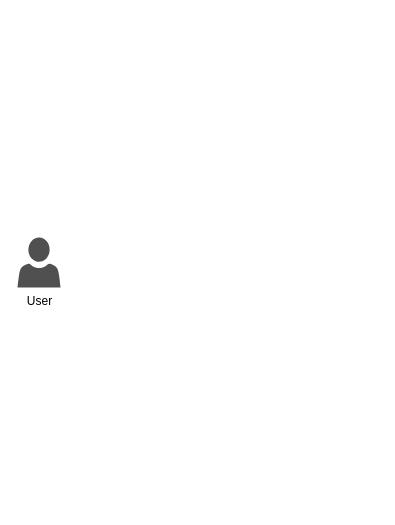
This is page "SocialService" (2 of 7) of Untitled Diagram.drawio from AlanEdward19/ShapeUp, a draw.io file, before an edit. Source tidied: cells renumbered, new cells numbered last; positions are measured from the earlier drawing's top-left corner, leaving out a move shared by most shapes. Both pictures are drawn from the tidied source at 100%, with x=0, y=0 at pixel (17, 237).
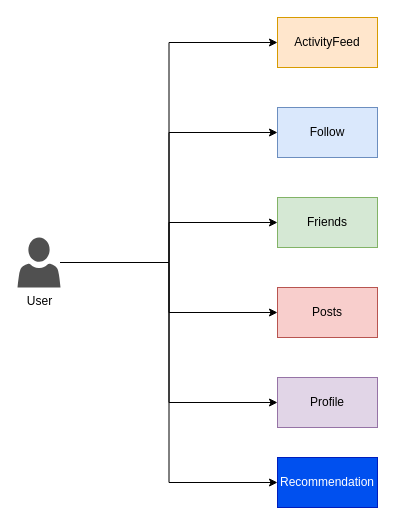
The same page after the edit.

The edit, as a diff of the source:
```diff
@@
 <mxGraphModel>
   <root>
     <mxCell id="0" />
     <mxCell id="1" parent="0" />
+    <mxCell id="3" style="edgeStyle=orthogonalEdgeStyle;rounded=0;jettySize=auto;html=1;entryX=0;entryY=0.5;entryDx=0;entryDy=0;" parent="1" edge="1" source="2" target="11">
+      <mxGeometry relative="1" as="geometry" />
+    </mxCell>
+    <mxCell id="4" style="edgeStyle=orthogonalEdgeStyle;rounded=0;jettySize=auto;html=1;entryX=0;entryY=0.5;entryDx=0;entryDy=0;" parent="1" edge="1" source="2" target="12">
+      <mxGeometry relative="1" as="geometry" />
+    </mxCell>
+    <mxCell id="5" style="edgeStyle=orthogonalEdgeStyle;rounded=0;jettySize=auto;html=1;entryX=0;entryY=0.5;entryDx=0;entryDy=0;" parent="1" edge="1" source="2" target="13">
+      <mxGeometry relative="1" as="geometry" />
+    </mxCell>
+    <mxCell id="6" style="edgeStyle=orthogonalEdgeStyle;rounded=0;jettySize=auto;html=1;entryX=0;entryY=0.5;entryDx=0;entryDy=0;" parent="1" edge="1" source="2" target="14">
+      <mxGeometry relative="1" as="geometry" />
+    </mxCell>
+    <mxCell id="7" style="edgeStyle=orthogonalEdgeStyle;rounded=0;jettySize=auto;html=1;entryX=0;entryY=0.5;entryDx=0;entryDy=0;" parent="1" edge="1" source="2" target="10">
+      <mxGeometry relative="1" as="geometry" />
+    </mxCell>
+    <mxCell id="8" style="edgeStyle=orthogonalEdgeStyle;rounded=0;jettySize=auto;html=1;entryX=0;entryY=0.5;entryDx=0;entryDy=0;" parent="1" edge="1" source="2" target="15">
+      <mxGeometry relative="1" as="geometry" />
+    </mxCell>
     <mxCell id="2" value="User" style="sketch=0;shadow=0;dashed=0;html=1;strokeColor=none;labelPosition=center;verticalLabelPosition=bottom;verticalAlign=top;align=center;fillColor=#505050;shape=mxgraph.mscae.intune.account_portal;" parent="1" vertex="1">
       <mxGeometry width="43" height="50" as="geometry" />
     </mxCell>
+    <mxCell id="9" style="group;" parent="1" vertex="1">
+      <mxGeometry x="260" y="-220" width="100" height="490" as="geometry" />
+    </mxCell>
+    <mxCell id="10" value="Profile" style="whiteSpace=wrap;html=1;fillColor=#e1d5e7;strokeColor=#9673a6;" parent="9" vertex="1">
+      <mxGeometry y="360" width="100" height="50" as="geometry" />
+    </mxCell>
+    <mxCell id="11" value="ActivityFeed" style="whiteSpace=wrap;html=1;fillColor=#ffe6cc;strokeColor=#d79b00;" parent="9" vertex="1">
+      <mxGeometry width="100" height="50" as="geometry" />
+    </mxCell>
+    <mxCell id="12" value="Follow" style="whiteSpace=wrap;html=1;fillColor=#dae8fc;strokeColor=#6c8ebf;" parent="9" vertex="1">
+      <mxGeometry y="90" width="100" height="50" as="geometry" />
+    </mxCell>
+    <mxCell id="13" value="Friends" style="whiteSpace=wrap;html=1;fillColor=#d5e8d4;strokeColor=#82b366;" parent="9" vertex="1">
+      <mxGeometry y="180" width="100" height="50" as="geometry" />
+    </mxCell>
+    <mxCell id="14" value="Posts" style="whiteSpace=wrap;html=1;fillColor=#f8cecc;strokeColor=#b85450;" parent="9" vertex="1">
+      <mxGeometry y="270" width="100" height="50" as="geometry" />
+    </mxCell>
+    <mxCell id="15" value="Recommendation" style="whiteSpace=wrap;html=1;fillColor=#0050ef;fontColor=#ffffff;strokeColor=#001DBC;" parent="9" vertex="1">
+      <mxGeometry y="440" width="100" height="50" as="geometry" />
+    </mxCell>
   </root>
 </mxGraphModel>
```
